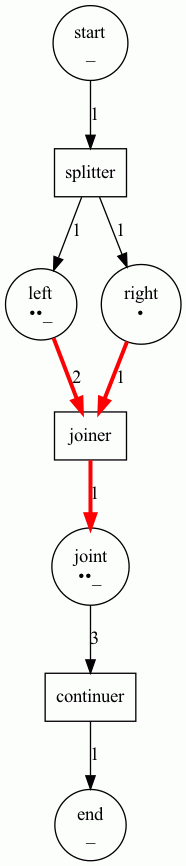
Above: step2.png in iandebeer/castanet (Graphviz), before the change. Its source is kept beside it as step2.dot. Source of this version:
```dot
digraph G {
1 [label="start\n_\n" shape=circle]
2 [label="left\n••_\n" shape=circle]
3 [label="right\n•\n" shape=circle]
4 [label="joint\n••_\n" shape=circle]
5 [label="end\n_\n" shape=circle]
6 [label="splitter" shape=box]
7 [label="joiner" shape=box]
8 [label="continuer" shape=box]

1 -> 6 [label="1" ]
2 -> 7 [label="2" ,color=red,penwidth=3.0]
3 -> 7 [label="1" ,color=red,penwidth=3.0]
4 -> 8 [label="3" ]
6 -> 2 [label="1" ]
6 -> 3 [label="1" ]
7 -> 4 [label="1" ,color=red,penwidth=3.0]
8 -> 5 [label="1" ]
}
```
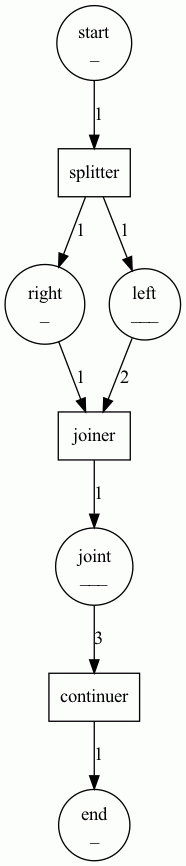
After the change.

The edit, as a diff of the source:
```diff
@@ -1,19 +1,19 @@
 digraph G {
-1 [label="start\n_\n" shape=circle]
-2 [label="left\n••_\n" shape=circle]
-3 [label="right\n•\n" shape=circle]
-4 [label="joint\n••_\n" shape=circle]
-5 [label="end\n_\n" shape=circle]
+0 [label="right\n_\n" shape=circle]
+1 [label="left\n___\n" shape=circle]
+2 [label="end\n_\n" shape=circle]
+3 [label="continuer" shape=box]
+4 [label="joiner" shape=box]
+5 [label="start\n_\n" shape=circle]
 6 [label="splitter" shape=box]
-7 [label="joiner" shape=box]
-8 [label="continuer" shape=box]
+7 [label="joint\n___\n" shape=circle]
 
-1 -> 6 [label="1" ]
-2 -> 7 [label="2" ,color=red,penwidth=3.0]
-3 -> 7 [label="1" ,color=red,penwidth=3.0]
-4 -> 8 [label="3" ]
-6 -> 2 [label="1" ]
-6 -> 3 [label="1" ]
-7 -> 4 [label="1" ,color=red,penwidth=3.0]
-8 -> 5 [label="1" ]
+0 -> 4 [label="1" ]
+1 -> 4 [label="2" ]
+3 -> 2 [label="1" ]
+4 -> 7 [label="1" ]
+5 -> 6 [label="1" ]
+6 -> 1 [label="1" ]
+6 -> 0 [label="1" ]
+7 -> 3 [label="3" ]
 }
```
